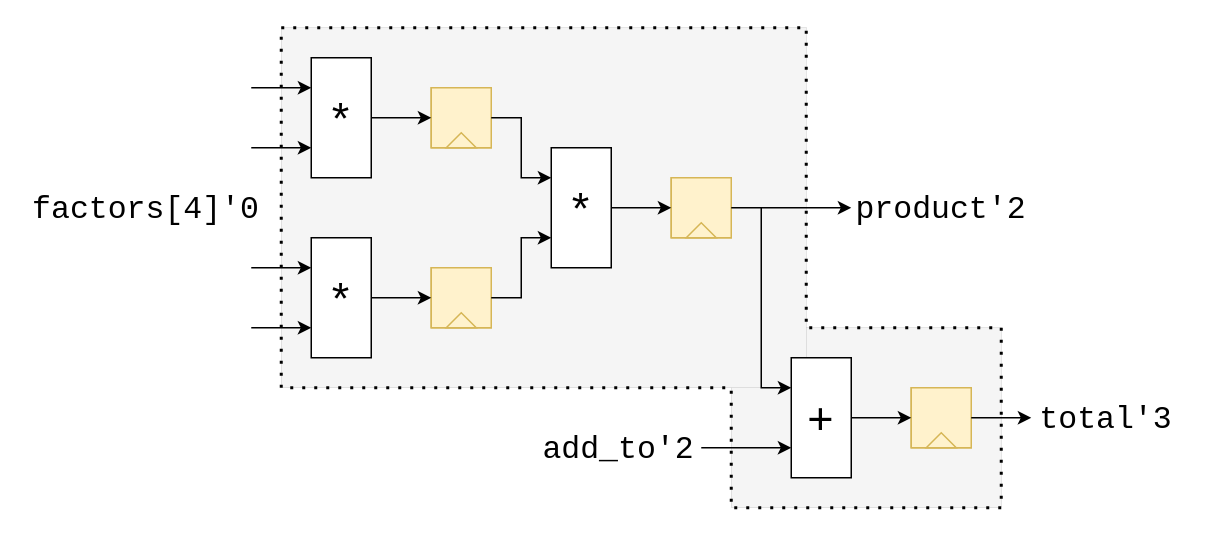
The draw.io diagram philosophy/images/latencyCountingExample.drawio in pc2/sus-compiler, before the edit. Source tidied: cells renumbered, new cells numbered last; positions are measured from the earlier drawing's top-left corner, leaving out a move shared by most shapes. Both pictures are drawn from the tidied source at 150%, with x=0, y=0 at pixel (70, 27).
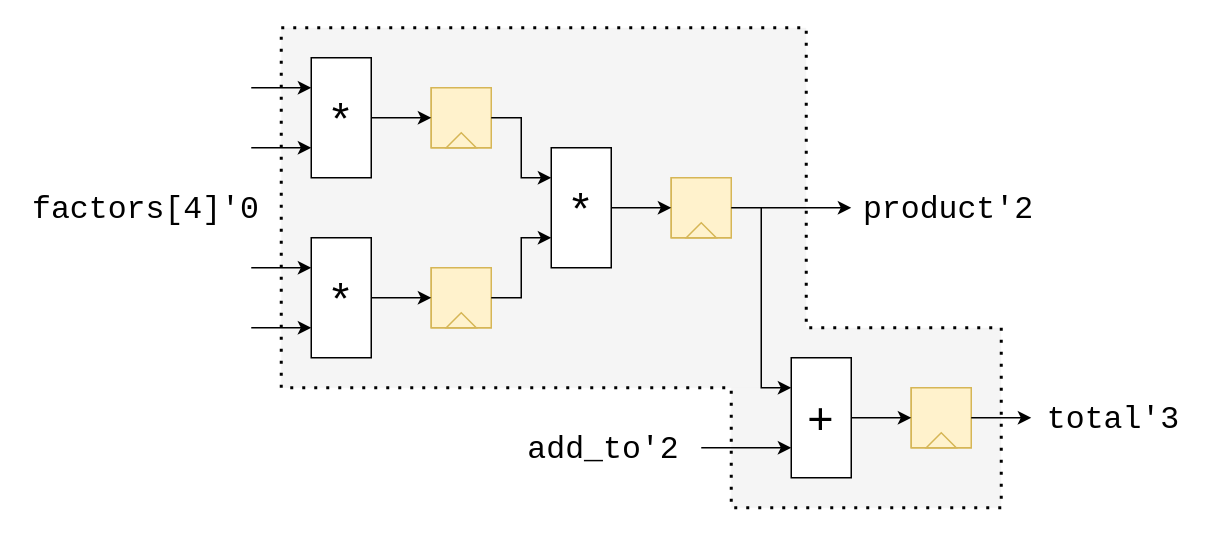
After the change.

What changed in the source:
```diff
@@
-    <mxCell id="2" style="rounded=0;whiteSpace=wrap;html=1;strokeWidth=0;fillColor=#f5f5f5;fontColor=#333333;strokeColor=#666666;" parent="1" vertex="1">
+    <mxCell id="2" style="rounded=0;whiteSpace=wrap;html=1;strokeWidth=0;fillColor=#f5f5f5;fontColor=#333333;strokeColor=none;" parent="1" vertex="1">
       <mxGeometry x="440" y="200" width="180" height="120" as="geometry" />
     </mxCell>
-    <mxCell id="3" style="rounded=0;whiteSpace=wrap;html=1;strokeWidth=0;fillColor=#f5f5f5;fontColor=#333333;strokeColor=#666666;" parent="1" vertex="1">
+    <mxCell id="3" style="rounded=0;whiteSpace=wrap;html=1;strokeWidth=0;fillColor=#f5f5f5;fontColor=#333333;strokeColor=none;" parent="1" vertex="1">
       <mxGeometry x="140" width="350" height="240" as="geometry" />
     </mxCell>
@@
     <mxCell id="34" value="&lt;font face=&quot;Courier New&quot; style=&quot;font-size: 21px;&quot;&gt;factors[4]'0&lt;/font&gt;" style="text;html=1;strokeColor=none;fillColor=none;align=center;verticalAlign=middle;whiteSpace=wrap;rounded=0;fontSize=21;" parent="1" vertex="1">
-      <mxGeometry y="110" width="100" height="20" as="geometry" />
+      <mxGeometry x="-30" y="110" width="160" height="20" as="geometry" />
     </mxCell>
     <mxCell id="35" value="&lt;font face=&quot;Courier New&quot; style=&quot;font-size: 21px;&quot;&gt;add_to'2&lt;/font&gt;" style="text;html=1;strokeColor=none;fillColor=none;align=center;verticalAlign=middle;whiteSpace=wrap;rounded=0;fontSize=21;" parent="1" vertex="1">
-      <mxGeometry x="330" y="270" width="70" height="20" as="geometry" />
+      <mxGeometry x="300" y="270" width="110" height="20" as="geometry" />
     </mxCell>
     <mxCell id="36" value="&lt;font face=&quot;Courier New&quot; style=&quot;font-size: 21px;&quot;&gt;product'2&lt;/font&gt;" style="text;html=1;strokeColor=none;fillColor=none;align=center;verticalAlign=middle;whiteSpace=wrap;rounded=0;fontSize=21;" parent="1" vertex="1">
-      <mxGeometry x="540" y="110" width="80" height="20" as="geometry" />
+      <mxGeometry x="520" y="110" width="130" height="20" as="geometry" />
     </mxCell>
     <mxCell id="37" value="&lt;font face=&quot;Courier New&quot; style=&quot;font-size: 21px;&quot;&gt;total'3&lt;/font&gt;" style="text;html=1;strokeColor=none;fillColor=none;align=center;verticalAlign=middle;whiteSpace=wrap;rounded=0;fontSize=21;" parent="1" vertex="1">
-      <mxGeometry x="660" y="250" width="60" height="20" as="geometry" />
+      <mxGeometry x="640" y="250" width="110" height="20" as="geometry" />
     </mxCell>
```
